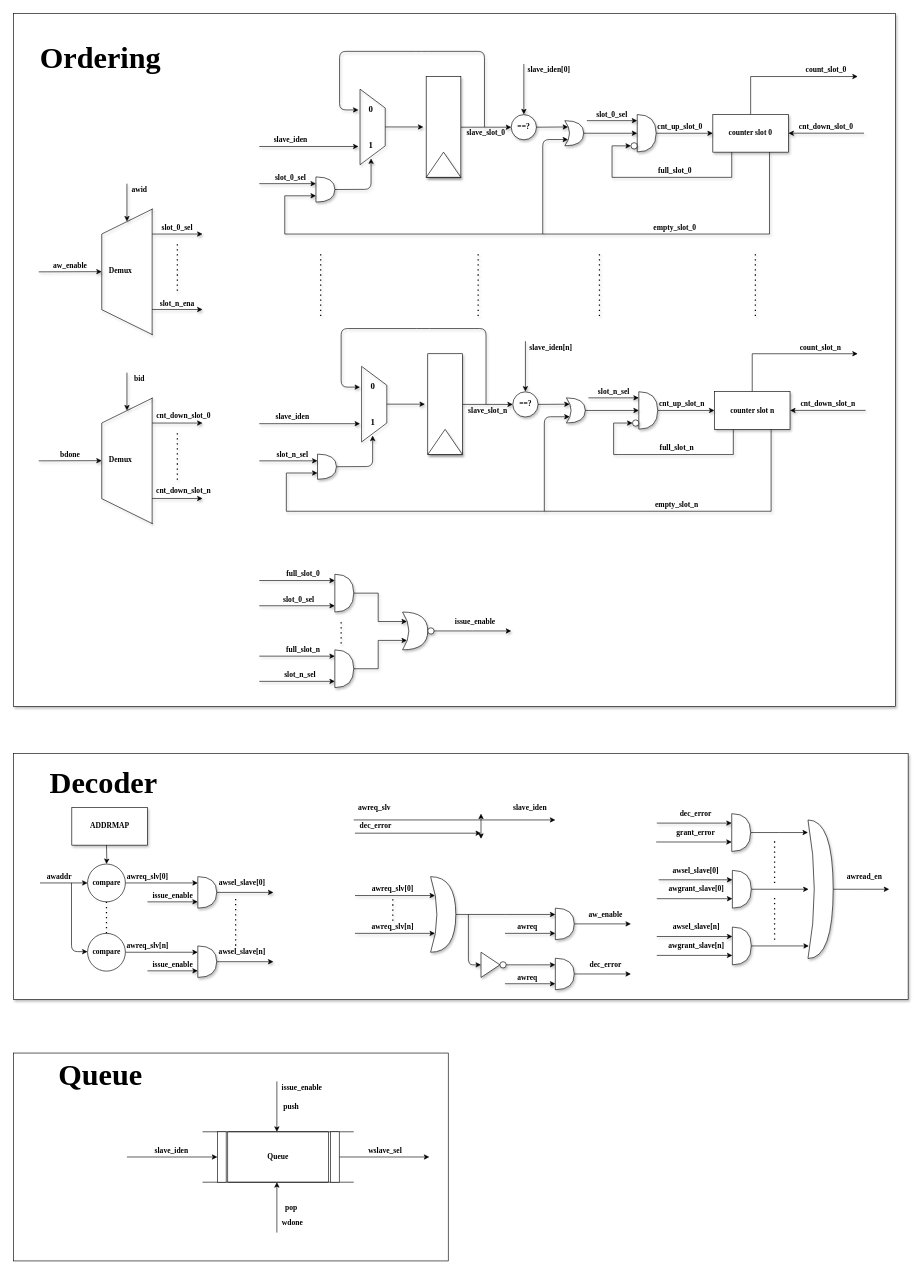
This is page "Decode & Ordering" (2 of 5) of VG_AxiBus/Doc/Interfaces.drawio from nguyenquanicd/VG_RTL, a draw.io file, before an edit. Source tidied: cells renumbered, new cells numbered last; positions are measured from the earlier drawing's top-left corner, leaving out a move shared by most shapes. Both pictures are drawn from the tidied source at 63%, with x=0, y=0 at pixel (13, 13).
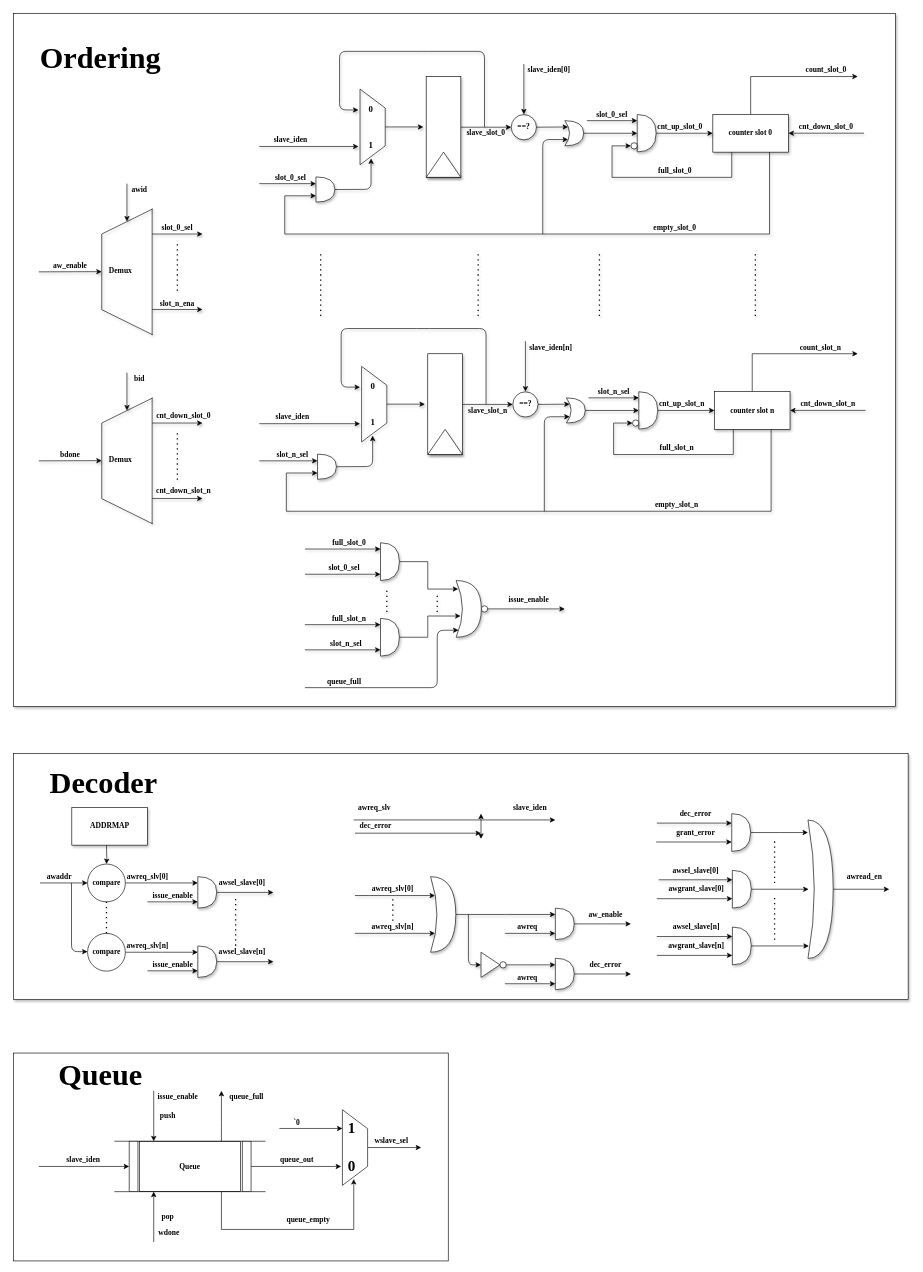
The same page after the edit.

Change to the diagram source:
```diff
@@
     <mxCell id="99" style="endArrow=classic;html=1;shadow=1;strokeColor=#000000;fillColor=#004C99;" parent="1" edge="1">
       <mxGeometry relative="1" as="geometry">
-        <mxPoint x="390" y="900" as="sourcePoint" />
-        <mxPoint x="510" y="900" as="targetPoint" />
+        <mxPoint x="462.5" y="850" as="sourcePoint" />
+        <mxPoint x="582.5" y="850" as="targetPoint" />
       </mxGeometry>
     </mxCell>
     <mxCell id="100" style="endArrow=classic;html=1;shadow=1;strokeColor=#000000;fillColor=#004C99;" parent="1" edge="1">
       <mxGeometry relative="1" as="geometry">
-        <mxPoint x="390" y="940" as="sourcePoint" />
-        <mxPoint x="510" y="940" as="targetPoint" />
+        <mxPoint x="462.5" y="890" as="sourcePoint" />
+        <mxPoint x="582.5" y="890" as="targetPoint" />
       </mxGeometry>
     </mxCell>
-    <mxCell id="101" style="edgeStyle=orthogonalEdgeStyle;rounded=0;jettySize=auto;html=1;shadow=1;strokeColor=#000000;fillColor=#004C99;entryX=0.175;entryY=0.25;entryDx=0;entryDy=0;entryPerimeter=0;" parent="1" edge="1" source="102" target="113">
+    <mxCell id="101" style="edgeStyle=orthogonalEdgeStyle;rounded=0;jettySize=auto;html=1;entryX=0.082;entryY=0.15;entryDx=0;entryDy=0;entryPerimeter=0;" parent="1" edge="1" source="102" target="113">
       <mxGeometry relative="1" as="geometry" />
     </mxCell>
     <mxCell id="102" style="shape=or;whiteSpace=wrap;html=1;shadow=1;" parent="1" vertex="1">
-      <mxGeometry x="510" y="890" width="30" height="60" as="geometry" />
+      <mxGeometry x="582.5" y="840" width="30" height="60" as="geometry" />
     </mxCell>
     <mxCell id="103" value="&lt;font face=&quot;Times New Roman&quot;&gt;&lt;b&gt;slot_0_sel&lt;/b&gt;&lt;/font&gt;" style="text;html=1;strokeColor=none;fillColor=none;align=center;verticalAlign=middle;whiteSpace=wrap;rounded=0;shadow=1;" parent="1" vertex="1">
-      <mxGeometry x="432.5" y="920" width="40" height="20" as="geometry" />
+      <mxGeometry x="505" y="870" width="40" height="20" as="geometry" />
     </mxCell>
     <mxCell id="104" value="&lt;font face=&quot;Times New Roman&quot;&gt;&lt;b&gt;full_slot_0&lt;/b&gt;&lt;/font&gt;" style="text;html=1;strokeColor=none;fillColor=none;align=center;verticalAlign=middle;whiteSpace=wrap;rounded=0;shadow=1;" parent="1" vertex="1">
-      <mxGeometry x="440" y="880" width="40" height="20" as="geometry" />
+      <mxGeometry x="512.5" y="830" width="40" height="20" as="geometry" />
     </mxCell>
     <mxCell id="105" style="endArrow=classic;html=1;shadow=1;strokeColor=#000000;fillColor=#004C99;" parent="1" edge="1">
       <mxGeometry relative="1" as="geometry">
-        <mxPoint x="390" y="1020" as="sourcePoint" />
-        <mxPoint x="510" y="1020" as="targetPoint" />
+        <mxPoint x="462.5" y="970" as="sourcePoint" />
+        <mxPoint x="582.5" y="970" as="targetPoint" />
       </mxGeometry>
     </mxCell>
     <mxCell id="106" style="endArrow=classic;html=1;shadow=1;strokeColor=#000000;fillColor=#004C99;" parent="1" edge="1">
       <mxGeometry relative="1" as="geometry">
-        <mxPoint x="390" y="1060" as="sourcePoint" />
-        <mxPoint x="510" y="1060" as="targetPoint" />
+        <mxPoint x="462.5" y="1010" as="sourcePoint" />
+        <mxPoint x="582.5" y="1010" as="targetPoint" />
       </mxGeometry>
     </mxCell>
-    <mxCell id="107" style="edgeStyle=orthogonalEdgeStyle;rounded=0;jettySize=auto;html=1;shadow=1;strokeColor=#000000;fillColor=#004C99;entryX=0.175;entryY=0.75;entryDx=0;entryDy=0;entryPerimeter=0;" parent="1" edge="1" source="108" target="113">
+    <mxCell id="107" style="edgeStyle=orthogonalEdgeStyle;rounded=0;jettySize=auto;html=1;entryX=0.177;entryY=0.626;entryDx=0;entryDy=0;entryPerimeter=0;" parent="1" edge="1" source="108" target="113">
       <mxGeometry relative="1" as="geometry" />
     </mxCell>
     <mxCell id="108" style="shape=or;whiteSpace=wrap;html=1;shadow=1;" parent="1" vertex="1">
-      <mxGeometry x="510" y="1010" width="30" height="60" as="geometry" />
+      <mxGeometry x="582.5" y="960" width="30" height="60" as="geometry" />
     </mxCell>
     <mxCell id="109" value="&lt;font face=&quot;Times New Roman&quot;&gt;&lt;b&gt;slot_n_sel&lt;/b&gt;&lt;/font&gt;" style="text;html=1;strokeColor=none;fillColor=none;align=center;verticalAlign=middle;whiteSpace=wrap;rounded=0;shadow=1;" parent="1" vertex="1">
-      <mxGeometry x="435" y="1040" width="40" height="20" as="geometry" />
+      <mxGeometry x="507.5" y="990" width="40" height="20" as="geometry" />
     </mxCell>
     <mxCell id="110" value="&lt;font face=&quot;Times New Roman&quot;&gt;&lt;b&gt;full_slot_n&lt;/b&gt;&lt;/font&gt;" style="text;html=1;strokeColor=none;fillColor=none;align=center;verticalAlign=middle;whiteSpace=wrap;rounded=0;shadow=1;" parent="1" vertex="1">
-      <mxGeometry x="440" y="1000" width="40" height="20" as="geometry" />
+      <mxGeometry x="512.5" y="950" width="40" height="20" as="geometry" />
     </mxCell>
     <mxCell id="111" style="endArrow=none;dashed=1;html=1;dashPattern=1 3;strokeWidth=2;shadow=1;fillColor=#004C99;" parent="1" edge="1">
       <mxGeometry relative="1" as="geometry">
-        <mxPoint x="520" y="1000" as="sourcePoint" />
-        <mxPoint x="520" y="960" as="targetPoint" />
+        <mxPoint x="592.5" y="950" as="sourcePoint" />
+        <mxPoint x="592.5" y="910" as="targetPoint" />
       </mxGeometry>
     </mxCell>
     <mxCell id="112" style="edgeStyle=orthogonalEdgeStyle;rounded=0;jettySize=auto;html=1;shadow=1;strokeColor=#000000;fillColor=#004C99;exitX=1;exitY=0.5;exitDx=0;exitDy=0;" parent="1" edge="1" source="115">
       <mxGeometry relative="1" as="geometry">
-        <mxPoint x="790" y="980" as="targetPoint" />
+        <mxPoint x="875" y="945" as="targetPoint" />
       </mxGeometry>
     </mxCell>
     <mxCell id="113" style="shape=xor;whiteSpace=wrap;html=1;shadow=1;" parent="1" vertex="1">
-      <mxGeometry x="617.5" y="950" width="40" height="60" as="geometry" />
+      <mxGeometry x="702.5" y="900" width="40" height="90" as="geometry" />
     </mxCell>
     <mxCell id="114" value="&lt;font face=&quot;Times New Roman&quot;&gt;&lt;b&gt;issue_enable&lt;/b&gt;&lt;/font&gt;" style="text;html=1;strokeColor=none;fillColor=none;align=center;verticalAlign=middle;whiteSpace=wrap;rounded=0;shadow=1;" parent="1" vertex="1">
-      <mxGeometry x="712.5" y="955" width="40" height="20" as="geometry" />
+      <mxGeometry x="797.5" y="920" width="40" height="20" as="geometry" />
     </mxCell>
     <mxCell id="115" style="ellipse;whiteSpace=wrap;html=1;shadow=1;" parent="1" vertex="1">
-      <mxGeometry x="657.5" y="975" width="10" height="10" as="geometry" />
+      <mxGeometry x="742.5" y="940" width="10" height="10" as="geometry" />
     </mxCell>
@@
     <mxCell id="156" style="edgeStyle=orthogonalEdgeStyle;rounded=0;jettySize=auto;html=1;shadow=0;strokeColor=#000000;fillColor=#004C99;exitX=1;exitY=0.5;exitDx=0;exitDy=0;" parent="1" edge="1" source="162">
       <mxGeometry relative="1" as="geometry">
-        <mxPoint x="660" y="1815" as="targetPoint" />
+        <mxPoint x="520" y="1830" as="targetPoint" />
       </mxGeometry>
     </mxCell>
+    <mxCell id="225" style="edgeStyle=orthogonalEdgeStyle;rounded=0;jettySize=auto;html=1;" parent="1" edge="1" source="157">
+      <mxGeometry relative="1" as="geometry">
+        <mxPoint x="540" y="1850" as="targetPoint" />
+        <Array as="points">
+          <mxPoint x="330" y="1930" />
+          <mxPoint x="540" y="1930" />
+        </Array>
+      </mxGeometry>
+    </mxCell>
+    <mxCell id="226" style="edgeStyle=orthogonalEdgeStyle;rounded=0;jettySize=auto;html=1;" parent="1" edge="1" source="157">
+      <mxGeometry relative="1" as="geometry">
+        <mxPoint x="330" y="1710" as="targetPoint" />
+        <Array as="points">
+          <mxPoint x="330" y="1760" />
+          <mxPoint x="330" y="1760" />
+        </Array>
+      </mxGeometry>
+    </mxCell>
     <mxCell id="157" value="&lt;font face=&quot;Times New Roman&quot;&gt;&lt;b&gt;Queue&lt;/b&gt;&lt;/font&gt;" style="rounded=0;whiteSpace=wrap;html=1;shadow=0;" parent="1" vertex="1">
-      <mxGeometry x="340" y="1775" width="160" height="80" as="geometry" />
+      <mxGeometry x="200" y="1790" width="160" height="80" as="geometry" />
     </mxCell>
     <mxCell id="158" style="endArrow=none;html=1;shadow=0;strokeColor=#000000;fillColor=#004C99;" parent="1" edge="1">
       <mxGeometry relative="1" as="geometry">
-        <mxPoint x="300" y="1775" as="sourcePoint" />
-        <mxPoint x="540" y="1775" as="targetPoint" />
+        <mxPoint x="160" y="1790" as="sourcePoint" />
+        <mxPoint x="400" y="1790" as="targetPoint" />
       </mxGeometry>
     </mxCell>
     <mxCell id="159" style="endArrow=none;html=1;shadow=0;strokeColor=#000000;fillColor=#004C99;" parent="1" edge="1">
       <mxGeometry relative="1" as="geometry">
-        <mxPoint x="300" y="1855" as="sourcePoint" />
-        <mxPoint x="540" y="1855" as="targetPoint" />
+        <mxPoint x="160" y="1870" as="sourcePoint" />
+        <mxPoint x="400" y="1870" as="targetPoint" />
       </mxGeometry>
     </mxCell>
-    <mxCell id="160" value="&lt;font face=&quot;Times New Roman&quot;&gt;&lt;b&gt;wslave_sel&lt;/b&gt;&lt;/font&gt;" style="text;html=1;strokeColor=none;fillColor=none;align=center;verticalAlign=middle;whiteSpace=wrap;rounded=0;shadow=1;" parent="1" vertex="1">
-      <mxGeometry x="570" y="1795" width="40" height="20" as="geometry" />
+    <mxCell id="160" value="&lt;font face=&quot;Times New Roman&quot;&gt;&lt;b&gt;queue_out&lt;/b&gt;&lt;/font&gt;" style="text;html=1;strokeColor=none;fillColor=none;align=center;verticalAlign=middle;whiteSpace=wrap;rounded=0;shadow=1;" parent="1" vertex="1">
+      <mxGeometry x="430" y="1810" width="40" height="20" as="geometry" />
     </mxCell>
     <mxCell id="161" style="rounded=0;whiteSpace=wrap;html=1;shadow=0;" parent="1" vertex="1">
-      <mxGeometry x="323.5" y="1775" width="14" height="80" as="geometry" />
+      <mxGeometry x="183.5" y="1790" width="14" height="80" as="geometry" />
     </mxCell>
     <mxCell id="162" style="rounded=0;whiteSpace=wrap;html=1;shadow=0;" parent="1" vertex="1">
-      <mxGeometry x="503" y="1775" width="14" height="80" as="geometry" />
+      <mxGeometry x="363" y="1790" width="14" height="80" as="geometry" />
     </mxCell>
     <mxCell id="163" style="endArrow=classic;html=1;shadow=0;strokeColor=#000000;fillColor=#004C99;entryX=0;entryY=0.5;entryDx=0;entryDy=0;" parent="1" edge="1" target="161">
       <mxGeometry relative="1" as="geometry">
-        <mxPoint x="180" y="1815" as="sourcePoint" />
+        <mxPoint x="40" y="1830" as="sourcePoint" />
       </mxGeometry>
     </mxCell>
     <mxCell id="164" value="&lt;font face=&quot;Times New Roman&quot;&gt;&lt;b&gt;slave_iden&lt;/b&gt;&lt;/font&gt;" style="text;html=1;strokeColor=none;fillColor=none;align=center;verticalAlign=middle;whiteSpace=wrap;rounded=0;shadow=1;" parent="1" vertex="1">
-      <mxGeometry x="230.5" y="1795" width="40" height="20" as="geometry" />
+      <mxGeometry x="90.5" y="1810" width="40" height="20" as="geometry" />
     </mxCell>
     <mxCell id="165" style="endArrow=classic;html=1;shadow=0;strokeColor=#000000;fillColor=#004C99;" parent="1" edge="1">
       <mxGeometry relative="1" as="geometry">
-        <mxPoint x="418" y="1935" as="sourcePoint" />
-        <mxPoint x="418" y="1855" as="targetPoint" />
+        <mxPoint x="222.5" y="1950" as="sourcePoint" />
+        <mxPoint x="222.5" y="1870" as="targetPoint" />
       </mxGeometry>
     </mxCell>
     <mxCell id="166" style="endArrow=classic;html=1;shadow=0;strokeColor=#000000;fillColor=#004C99;" parent="1" edge="1">
       <mxGeometry relative="1" as="geometry">
-        <mxPoint x="418" y="1695" as="sourcePoint" />
-        <mxPoint x="418" y="1775" as="targetPoint" />
+        <mxPoint x="222.5" y="1710" as="sourcePoint" />
+        <mxPoint x="222.5" y="1790" as="targetPoint" />
       </mxGeometry>
     </mxCell>
     <mxCell id="167" value="&lt;font face=&quot;Times New Roman&quot;&gt;&lt;b&gt;push&lt;/b&gt;&lt;/font&gt;" style="text;html=1;strokeColor=none;fillColor=none;align=center;verticalAlign=middle;whiteSpace=wrap;rounded=0;shadow=0;" parent="1" vertex="1">
-      <mxGeometry x="420.5" y="1725" width="40" height="20" as="geometry" />
+      <mxGeometry x="225" y="1740" width="40" height="20" as="geometry" />
     </mxCell>
     <mxCell id="168" value="&lt;font face=&quot;Times New Roman&quot;&gt;&lt;b&gt;pop&lt;/b&gt;&lt;/font&gt;" style="text;html=1;strokeColor=none;fillColor=none;align=center;verticalAlign=middle;whiteSpace=wrap;rounded=0;shadow=0;" parent="1" vertex="1">
-      <mxGeometry x="420.5" y="1885" width="40" height="20" as="geometry" />
+      <mxGeometry x="225" y="1900" width="40" height="20" as="geometry" />
     </mxCell>
     <mxCell id="169" value="&lt;font face=&quot;Times New Roman&quot;&gt;&lt;b&gt;issue_enable&lt;/b&gt;&lt;/font&gt;" style="text;html=1;strokeColor=none;fillColor=none;align=center;verticalAlign=middle;whiteSpace=wrap;rounded=0;shadow=1;" parent="1" vertex="1">
-      <mxGeometry x="438" y="1695" width="40" height="20" as="geometry" />
+      <mxGeometry x="241" y="1710" width="40" height="20" as="geometry" />
     </mxCell>
@@
     <mxCell id="179" value="&lt;b&gt;&lt;font face=&quot;Times New Roman&quot;&gt;wdone&lt;/font&gt;&lt;/b&gt;" style="text;html=1;strokeColor=none;fillColor=none;align=center;verticalAlign=middle;whiteSpace=wrap;rounded=0;" parent="1" vertex="1">
-      <mxGeometry x="422.5" y="1910" width="40" height="20" as="geometry" />
+      <mxGeometry x="227" y="1925" width="40" height="20" as="geometry" />
     </mxCell>
@@
+    <mxCell id="227" style="edgeStyle=orthogonalEdgeStyle;rounded=0;orthogonalLoop=1;jettySize=auto;html=1;" parent="1" edge="1">
+      <mxGeometry relative="1" as="geometry">
+        <mxPoint x="562.5" y="1800" as="sourcePoint" />
+        <mxPoint x="647" y="1800" as="targetPoint" />
+      </mxGeometry>
+    </mxCell>
+    <mxCell id="228" value="&lt;font face=&quot;Times New Roman&quot;&gt;&lt;b&gt;wslave_sel&lt;/b&gt;&lt;/font&gt;" style="text;html=1;strokeColor=none;fillColor=none;align=center;verticalAlign=middle;whiteSpace=wrap;rounded=0;shadow=1;" parent="1" vertex="1">
+      <mxGeometry x="579.5" y="1780" width="40" height="20" as="geometry" />
+    </mxCell>
+    <mxCell id="229" value="&lt;font face=&quot;Times New Roman&quot;&gt;&lt;b&gt;queue_empty&lt;/b&gt;&lt;/font&gt;" style="text;html=1;strokeColor=none;fillColor=none;align=center;verticalAlign=middle;whiteSpace=wrap;rounded=0;shadow=1;" parent="1" vertex="1">
+      <mxGeometry x="447.5" y="1905" width="40" height="20" as="geometry" />
+    </mxCell>
+    <mxCell id="230" style="endArrow=none;html=1;" parent="1" edge="1">
+      <mxGeometry relative="1" as="geometry">
+        <mxPoint x="562" y="1770" as="sourcePoint" />
+        <mxPoint x="522" y="1740" as="targetPoint" />
+      </mxGeometry>
+    </mxCell>
+    <mxCell id="231" style="endArrow=none;html=1;" parent="1" edge="1">
+      <mxGeometry relative="1" as="geometry">
+        <mxPoint x="522" y="1860" as="sourcePoint" />
+        <mxPoint x="562" y="1830" as="targetPoint" />
+      </mxGeometry>
+    </mxCell>
+    <mxCell id="232" style="endArrow=none;html=1;" parent="1" edge="1">
+      <mxGeometry relative="1" as="geometry">
+        <mxPoint x="522" y="1860" as="sourcePoint" />
+        <mxPoint x="522" y="1740" as="targetPoint" />
+      </mxGeometry>
+    </mxCell>
+    <mxCell id="233" style="endArrow=none;html=1;" parent="1" edge="1">
+      <mxGeometry relative="1" as="geometry">
+        <mxPoint x="562" y="1830" as="sourcePoint" />
+        <mxPoint x="562" y="1770" as="targetPoint" />
+      </mxGeometry>
+    </mxCell>
+    <mxCell id="234" value="&lt;font face=&quot;Times New Roman&quot; style=&quot;font-size: 24px&quot;&gt;&lt;b&gt;1&lt;/b&gt;&lt;/font&gt;" style="text;html=1;strokeColor=none;fillColor=none;align=center;verticalAlign=middle;whiteSpace=wrap;rounded=0;" parent="1" vertex="1">
+      <mxGeometry x="532" y="1760" width="10" height="20" as="geometry" />
+    </mxCell>
+    <mxCell id="235" value="&lt;font face=&quot;Times New Roman&quot; style=&quot;font-size: 24px&quot;&gt;&lt;b&gt;0&lt;/b&gt;&lt;/font&gt;" style="text;html=1;strokeColor=none;fillColor=none;align=center;verticalAlign=middle;whiteSpace=wrap;rounded=0;" parent="1" vertex="1">
+      <mxGeometry x="532" y="1820" width="10" height="20" as="geometry" />
+    </mxCell>
+    <mxCell id="236" style="endArrow=classic;html=1;" parent="1" edge="1">
+      <mxGeometry relative="1" as="geometry">
+        <mxPoint x="422" y="1769.7" as="sourcePoint" />
+        <mxPoint x="522" y="1769.7" as="targetPoint" />
+      </mxGeometry>
+    </mxCell>
+    <mxCell id="237" value="&lt;font face=&quot;Times New Roman&quot;&gt;&lt;b&gt;`0&lt;/b&gt;&lt;/font&gt;" style="text;html=1;strokeColor=none;fillColor=none;align=center;verticalAlign=middle;whiteSpace=wrap;rounded=0;shadow=1;" parent="1" vertex="1">
+      <mxGeometry x="430" y="1750" width="40" height="20" as="geometry" />
+    </mxCell>
+    <mxCell id="238" value="&lt;font face=&quot;Times New Roman&quot;&gt;&lt;b&gt;queue_full&lt;/b&gt;&lt;/font&gt;" style="text;html=1;strokeColor=none;fillColor=none;align=center;verticalAlign=middle;whiteSpace=wrap;rounded=0;shadow=1;" parent="1" vertex="1">
+      <mxGeometry x="350" y="1710" width="40" height="20" as="geometry" />
+    </mxCell>
+    <mxCell id="239" style="endArrow=classic;html=1;entryX=0.094;entryY=0.875;entryDx=0;entryDy=0;entryPerimeter=0;" parent="1" edge="1" target="113">
+      <mxGeometry relative="1" as="geometry">
+        <mxPoint x="462.5" y="1070" as="sourcePoint" />
+        <Array as="points">
+          <mxPoint x="672.5" y="1070" />
+          <mxPoint x="672.5" y="979" />
+        </Array>
+      </mxGeometry>
+    </mxCell>
+    <mxCell id="240" value="&lt;font face=&quot;Times New Roman&quot;&gt;&lt;b&gt;queue_full&lt;/b&gt;&lt;/font&gt;" style="text;html=1;strokeColor=none;fillColor=none;align=center;verticalAlign=middle;whiteSpace=wrap;rounded=0;shadow=1;" parent="1" vertex="1">
+      <mxGeometry x="505" y="1050" width="40" height="20" as="geometry" />
+    </mxCell>
+    <mxCell id="241" style="endArrow=none;dashed=1;html=1;dashPattern=1 3;strokeWidth=2;shadow=1;fillColor=#004C99;" parent="1" edge="1">
+      <mxGeometry relative="1" as="geometry">
+        <mxPoint x="672.5" y="950" as="sourcePoint" />
+        <mxPoint x="672.5" y="920" as="targetPoint" />
+      </mxGeometry>
+    </mxCell>
```
